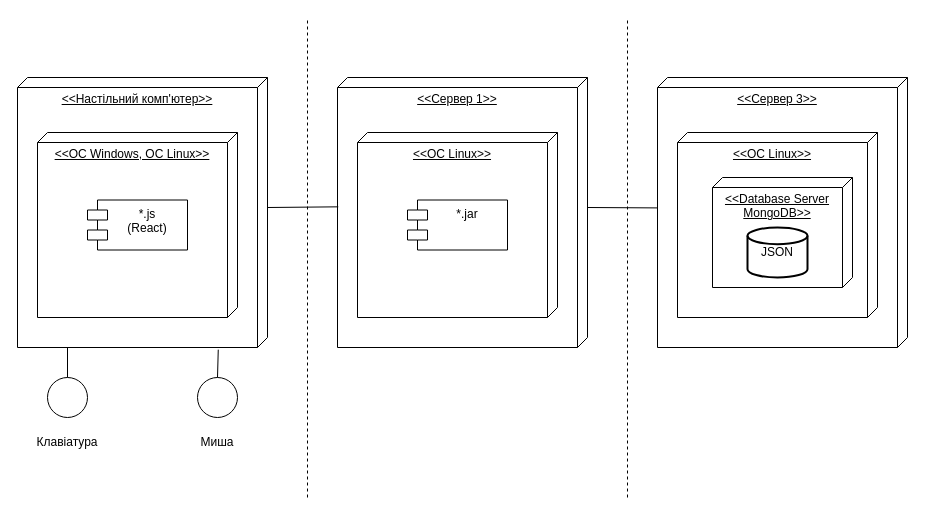
Above: 1-SoftwareRequirements/1.5-SoftwareProjectPlanning/1.5.1-SoftwareArchitectConcept/UML_діаграма_розгортання_для_ПП_RWA_типу.drawio in oleksandrblazhko/ai-211-yushenko (draw.io), before the change. Source tidied: cells renumbered, new cells numbered last; positions are measured from the earlier drawing's top-left corner, leaving out a move shared by most shapes. Both pictures are drawn from the tidied source at 100%, with x=0, y=0 at pixel (17, 17).
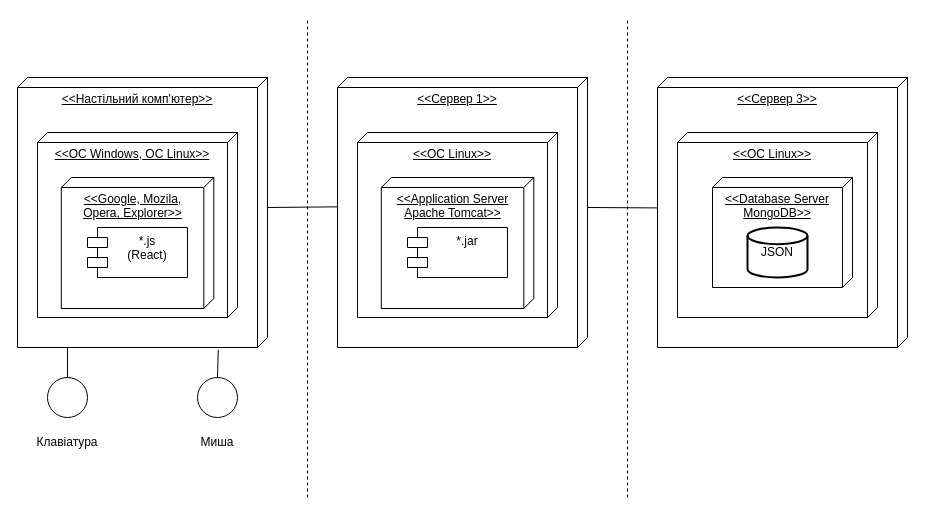
The same page after the edit.

Commit message (it also covers changes not shown here):
remade UML diagram

Change to the diagram source:
```diff
@@
+    <mxCell id="22" value="&amp;lt;&amp;lt;Google, Mozila, Opera, Explorer&amp;gt;&amp;gt;" style="verticalAlign=top;align=center;spacingTop=8;spacingLeft=2;spacingRight=12;shape=cube;size=10;direction=south;fontStyle=4;html=1;whiteSpace=wrap;" parent="1" vertex="1">
+      <mxGeometry x="43.8" y="160" width="152.5" height="131" as="geometry" />
+    </mxCell>
     <mxCell id="4" value="*.js&lt;br&gt;(React)" style="shape=module;align=left;spacingLeft=20;align=center;verticalAlign=top;whiteSpace=wrap;html=1;" parent="1" vertex="1">
-      <mxGeometry x="70" y="182.5" width="100" height="50" as="geometry" />
+      <mxGeometry x="70" y="210" width="100" height="50" as="geometry" />
     </mxCell>
@@
+    <mxCell id="23" value="&amp;lt;&amp;lt;Application Server Apache Tomcat&amp;gt;&amp;gt;" style="verticalAlign=top;align=center;spacingTop=8;spacingLeft=2;spacingRight=12;shape=cube;size=10;direction=south;fontStyle=4;html=1;whiteSpace=wrap;" parent="1" vertex="1">
+      <mxGeometry x="363.8" y="160" width="152.5" height="131" as="geometry" />
+    </mxCell>
     <mxCell id="7" value="*.jar&lt;br&gt;" style="shape=module;align=left;spacingLeft=20;align=center;verticalAlign=top;whiteSpace=wrap;html=1;" parent="1" vertex="1">
-      <mxGeometry x="390" y="182.5" width="100" height="50" as="geometry" />
+      <mxGeometry x="390" y="210" width="100" height="50" as="geometry" />
     </mxCell>
```
